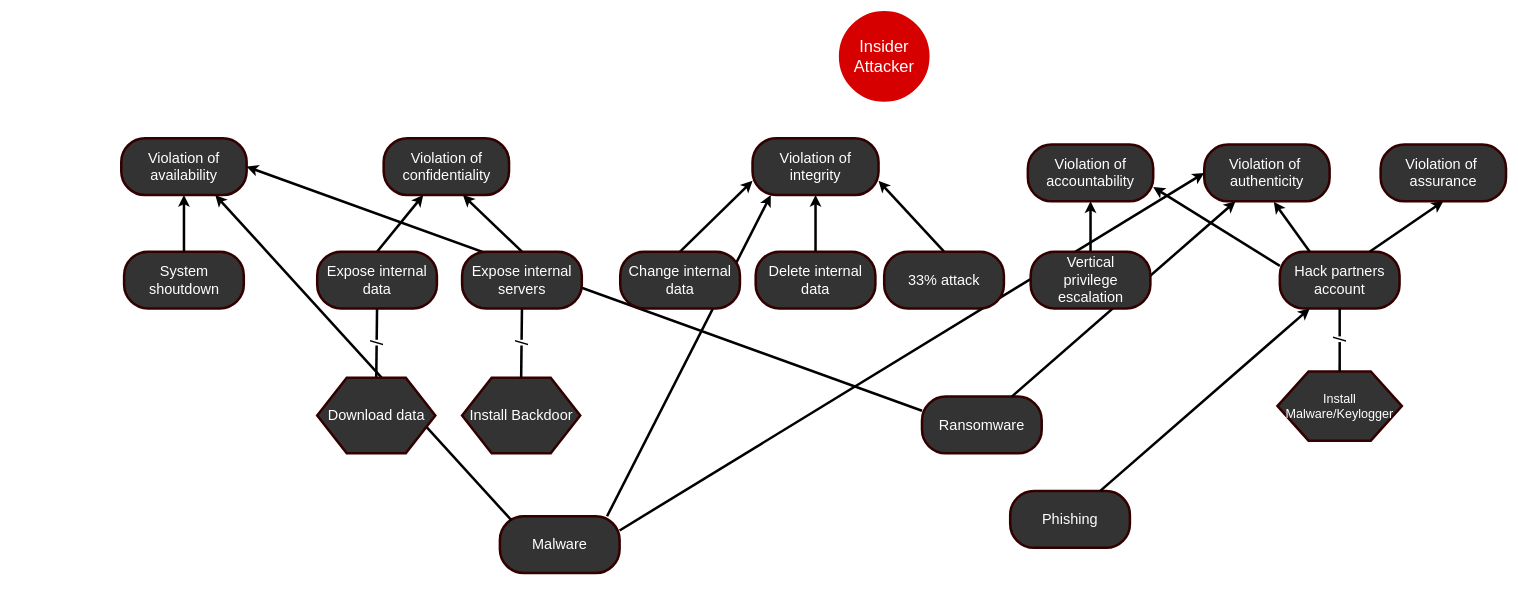
This is Insider attack trees.drawio from marzdeveloper/SoftwareCybersecurity, a draw.io file, before an edit. Source tidied: cells renumbered, new cells numbered last; positions are measured from the earlier drawing's top-left corner, leaving out a move shared by most shapes. Both pictures are drawn from the tidied source at 63%, with x=0, y=0 at pixel (121, 12).
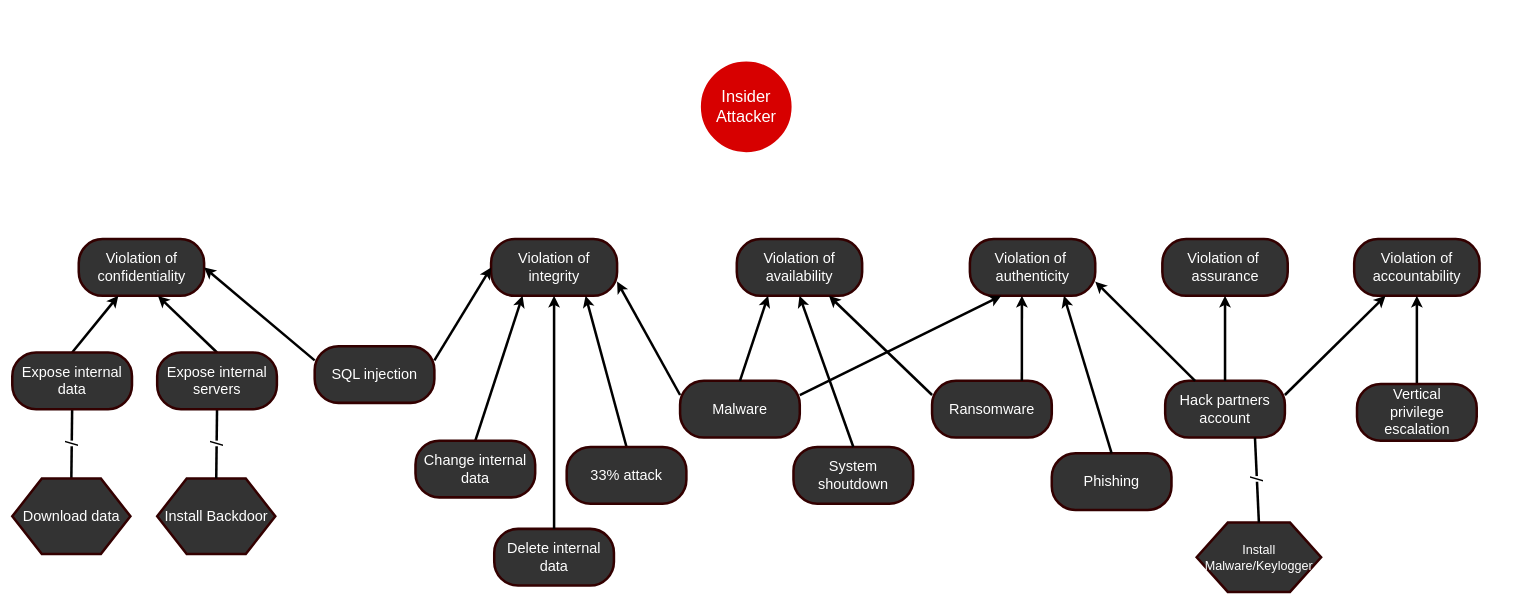
After the change.

Diff of the diagram source:
```diff
@@
     <mxCell id="2" value="&lt;font color=&quot;#ffffff&quot; style=&quot;font-size: 26px&quot;&gt;Insider&lt;br&gt;Attacker&lt;br&gt;&lt;/font&gt;" style="ellipse;whiteSpace=wrap;html=1;strokeColor=#D70000;strokeWidth=4;fillColor=#D70000;gradientColor=none;" parent="1" vertex="1">
-      <mxGeometry x="1141" width="140" height="140" as="geometry" />
+      <mxGeometry x="922" y="80" width="140" height="140" as="geometry" />
     </mxCell>
     <mxCell id="3" value="&lt;font color=&quot;#ffffff&quot; style=&quot;font-size: 23px&quot;&gt;Violation of confidentiality&lt;/font&gt;&lt;span style=&quot;font-family: monospace ; font-size: 0px&quot;&gt;3CmxGraphModel%3E%3Croot%3E%3CmxCell%20id%3D%220%22%2F%3E%3CmxCell%20id%3D%221%22%20parent%3D%220%22%2F%3E%3CmxCell%20id%3D%222%22%20value%3D%22%26lt%3Bfont%20color%3D%26quot%3B%23ffffff%26quot%3B%20style%3D%26quot%3Bfont-size%3A%2023px%26quot%3B%26gt%3BViolation%20of%20availability%26lt%3B%2Ffont%26gt%3B%22%20style%3D%22rounded%3D1%3BwhiteSpace%3Dwrap%3Bhtml%3D1%3BstrokeColor%3D%23330000%3BstrokeWidth%3D4%3BfillColor%3D%23333333%3BgradientColor%3Dnone%3BarcSize%3D42%3B%22%20vertex%3D%221%22%20parent%3D%221%22%3E%3CmxGeometry%20x%3D%22530%22%20y%3D%22260%22%20width%3D%22199%22%20height%3D%2290%22%20as%3D%22geometry%22%2F%3E%3C%2FmxCell%3E%3C%2Froot%3E%3C%2FmxGraphModel%3E&lt;/span&gt;" style="rounded=1;whiteSpace=wrap;html=1;strokeColor=#330000;strokeWidth=4;fillColor=#333333;gradientColor=none;arcSize=42;" parent="1" vertex="1">
-      <mxGeometry x="416.5" y="200" width="199" height="90" as="geometry" />
+      <mxGeometry x="-67.5" y="360" width="199" height="90" as="geometry" />
     </mxCell>
     <mxCell id="4" value="&lt;font color=&quot;#ffffff&quot; style=&quot;font-size: 23px&quot;&gt;Violation of integrity&lt;/font&gt;" style="rounded=1;whiteSpace=wrap;html=1;strokeColor=#330000;strokeWidth=4;fillColor=#333333;gradientColor=none;arcSize=42;" parent="1" vertex="1">
-      <mxGeometry x="1002" y="200" width="200" height="90" as="geometry" />
+      <mxGeometry x="587" y="360" width="200" height="90" as="geometry" />
     </mxCell>
     <mxCell id="5" value="&lt;font color=&quot;#ffffff&quot; style=&quot;font-size: 23px&quot;&gt;Violation of accountability&lt;/font&gt;" style="rounded=1;whiteSpace=wrap;html=1;strokeColor=#330000;strokeWidth=4;fillColor=#333333;gradientColor=none;arcSize=42;" parent="1" vertex="1">
-      <mxGeometry x="1439" y="210" width="199" height="90" as="geometry" />
+      <mxGeometry x="1957" y="360" width="199" height="90" as="geometry" />
     </mxCell>
     <mxCell id="6" value="&lt;font color=&quot;#ffffff&quot;&gt;&lt;span style=&quot;font-size: 23px&quot;&gt;Hack partners account&lt;/span&gt;&lt;/font&gt;" style="rounded=1;whiteSpace=wrap;html=1;strokeColor=#330000;strokeWidth=4;fillColor=#333333;gradientColor=none;arcSize=42;" parent="1" vertex="1">
-      <mxGeometry x="1839" y="380" width="190" height="90" as="geometry" />
+      <mxGeometry x="1657" y="585" width="190" height="90" as="geometry" />
     </mxCell>
-    <mxCell id="7" style="endArrow=classic;html=1;strokeColor=#000000;strokeWidth=4;fontColor=#FFD966;exitX=0;exitY=0.25;exitDx=0;exitDy=0;entryX=1;entryY=0.75;entryDx=0;entryDy=0;" parent="1" edge="1" source="6" target="5">
+    <mxCell id="7" style="endArrow=classic;html=1;strokeColor=#000000;strokeWidth=4;fontColor=#FFD966;exitX=1;exitY=0.25;exitDx=0;exitDy=0;entryX=0.25;entryY=1;entryDx=0;entryDy=0;" parent="1" edge="1" source="6" target="5">
       <mxGeometry relative="1" as="geometry" />
     </mxCell>
-    <mxCell id="8" style="endArrow=classic;html=1;strokeColor=#000000;strokeWidth=4;fontColor=#FFD966;entryX=0;entryY=0.75;entryDx=0;entryDy=0;exitX=0.5;exitY=0;exitDx=0;exitDy=0;" parent="1" edge="1" source="39" target="4">
+    <mxCell id="8" style="endArrow=classic;html=1;strokeColor=#000000;strokeWidth=4;fontColor=#FFD966;entryX=0.25;entryY=1;entryDx=0;entryDy=0;exitX=0.5;exitY=0;exitDx=0;exitDy=0;" parent="1" edge="1" source="39" target="4">
       <mxGeometry relative="1" as="geometry" />
     </mxCell>
-    <mxCell id="9" style="endArrow=classic;html=1;strokeColor=#000000;strokeWidth=4;fontColor=#FFD966;entryX=0.5;entryY=1;entryDx=0;entryDy=0;exitX=0.5;exitY=0;exitDx=0;exitDy=0;" parent="1" edge="1" source="35" target="5">
+    <mxCell id="9" style="endArrow=classic;html=1;strokeColor=#000000;strokeWidth=4;fontColor=#FFD966;exitX=0.5;exitY=0;exitDx=0;exitDy=0;entryX=0.5;entryY=1;entryDx=0;entryDy=0;" parent="1" edge="1" source="35" target="5">
       <mxGeometry relative="1" as="geometry" />
     </mxCell>
@@
     <mxCell id="12" value="&lt;font color=&quot;#ffffff&quot;&gt;&lt;span style=&quot;font-size: 23px&quot;&gt;Delete internal data&lt;/span&gt;&lt;/font&gt;" style="rounded=1;whiteSpace=wrap;html=1;strokeColor=#330000;strokeWidth=4;fillColor=#333333;gradientColor=none;arcSize=42;" parent="1" vertex="1">
-      <mxGeometry x="1007" y="380" width="190" height="90" as="geometry" />
+      <mxGeometry x="592" y="820" width="190" height="90" as="geometry" />
     </mxCell>
@@
     <mxCell id="14" value="&lt;font style=&quot;font-size: 23px&quot;&gt;Install Backdoor&lt;/font&gt;" style="shape=hexagon;perimeter=hexagonPerimeter2;whiteSpace=wrap;html=1;fillColor=#333333;fontColor=#FFFFFF;rounded=0;strokeWidth=4;strokeColor=#330000;" parent="1" vertex="1">
-      <mxGeometry x="541" y="580" width="187.5" height="120" as="geometry" />
+      <mxGeometry x="57" y="740" width="187.5" height="120" as="geometry" />
     </mxCell>
@@
     <mxCell id="17" value="&lt;font style=&quot;font-size: 20px&quot;&gt;Install Malware/Keylogger&lt;/font&gt;" style="shape=hexagon;perimeter=hexagonPerimeter2;whiteSpace=wrap;html=1;fillColor=#333333;fontColor=#FFFFFF;rounded=0;strokeWidth=4;strokeColor=#330000;horizontal=1;verticalAlign=middle;labelPosition=center;verticalLabelPosition=middle;align=center;" parent="1" vertex="1">
-      <mxGeometry x="1835.2" y="570" width="197.5" height="110" as="geometry" />
+      <mxGeometry x="1707" y="810" width="197.5" height="110" as="geometry" />
     </mxCell>
-    <mxCell id="18" value="/" style="endArrow=none;html=1;fontColor=#000000;exitX=0.5;exitY=0;exitDx=0;exitDy=0;strokeWidth=4;horizontal=0;fontSize=30;entryX=0.5;entryY=1;entryDx=0;entryDy=0;" parent="1" edge="1" source="17" target="6">
+    <mxCell id="18" value="/" style="endArrow=none;html=1;fontColor=#000000;exitX=0.5;exitY=0;exitDx=0;exitDy=0;strokeWidth=4;horizontal=0;fontSize=30;entryX=0.75;entryY=1;entryDx=0;entryDy=0;" parent="1" edge="1" source="17" target="6">
       <mxGeometry relative="1" as="geometry" />
     </mxCell>
     <mxCell id="19" value="&lt;font color=&quot;#ffffff&quot; style=&quot;font-size: 23px&quot;&gt;Violation of availability&lt;/font&gt;&lt;span style=&quot;font-family: monospace ; font-size: 0px&quot;&gt;3CmxGraphModel%3E%3Croot%3E%3CmxCell%20id%3D%220%22%2F%3E%3CmxCell%20id%3D%221%22%20parent%3D%220%22%2F%3E%3CmxCell%20id%3D%222%22%20value%3D%22%26lt%3Bfont%20color%3D%26quot%3B%23ffffff%26quot%3B%20style%3D%26quot%3Bfont-size%3A%2023px%26quot%3B%26gt%3BViolation%20of%20availability%26lt%3B%2Ffont%26gt%3B%22%20style%3D%22rounded%3D1%3BwhiteSpace%3Dwrap%3Bhtml%3D1%3BstrokeColor%3D%23330000%3BstrokeWidth%3D4%3BfillColor%3D%23333333%3BgradientColor%3Dnone%3BarcSize%3D42%3B%22%20vertex%3D%221%22%20parent%3D%221%22%3E%3CmxGeometry%20x%3D%22530%22%20y%3D%22260%22%20width%3D%22199%22%20height%3D%2290%22%20as%3D%22geometry%22%2F%3E%3C%2FmxCell%3E%3C%2Froot%3E%3C%2FmxGraphModel%3E&lt;/span&gt;" style="rounded=1;whiteSpace=wrap;html=1;strokeColor=#330000;strokeWidth=4;fillColor=#333333;gradientColor=none;arcSize=42;" parent="1" vertex="1">
-      <mxGeometry y="200" width="199" height="90" as="geometry" />
+      <mxGeometry x="977" y="360" width="199" height="90" as="geometry" />
     </mxCell>
     <mxCell id="20" value="&lt;font color=&quot;#ffffff&quot; style=&quot;font-size: 23px&quot;&gt;Violation of&amp;nbsp; authenticity&lt;/font&gt;&lt;span style=&quot;font-family: monospace ; font-size: 0px&quot;&gt;%3E%3Croot%3E%3CmxCell%20id%3D%220%22%2F%3E%3CmxCell%20id%3D%221%22%20parent%3D%220%22%2F%3E%3CmxCell%20id%3D%222%22%20value%3D%22%26lt%3Bfont%20color%3D%26quot%3B%23ffffff%26quot%3B%20style%3D%26quot%3Bfont-size%3A%2023px%26quot%3B%26gt%3BViolation%20of%20availability%26lt%3B%2Ffont%26gt%3B%22%20style%3D%22rounded%3D1%3BwhiteSpace%3Dwrap%3Bhtml%3D1%3BstrokeColor%3D%23330000%3BstrokeWidth%3D4%3BfillColor%3D%23333333%3BgradientColor%3Dnone%3BarcSize%3D42%3B%22%20vertex%3D%221%22%20parent%3D%221%22%3E%3CmxGeometry%20x%3D%22530%22%20y%3D%22260%22%20width%3D%22199%22%20height%3D%2290%22%20as%3D%22geometry%22%2F%3E%3C%2FmxCell%3E%3C%2Froot%3E%3C%2FmxGraphModel%3E&lt;/span&gt;" style="rounded=1;whiteSpace=wrap;html=1;strokeColor=#330000;strokeWidth=4;fillColor=#333333;gradientColor=none;arcSize=42;" parent="1" vertex="1">
-      <mxGeometry x="1719" y="210" width="199" height="90" as="geometry" />
+      <mxGeometry x="1347" y="360" width="199" height="90" as="geometry" />
     </mxCell>
     <mxCell id="21" value="&lt;font color=&quot;#ffffff&quot; style=&quot;font-size: 23px&quot;&gt;Violation of&amp;nbsp; assurance&lt;/font&gt;" style="rounded=1;whiteSpace=wrap;html=1;strokeColor=#330000;strokeWidth=4;fillColor=#333333;gradientColor=none;arcSize=42;" parent="1" vertex="1">
-      <mxGeometry x="1999" y="210" width="199" height="90" as="geometry" />
+      <mxGeometry x="1652.5" y="360" width="199" height="90" as="geometry" />
     </mxCell>
-    <mxCell id="22" style="endArrow=classic;html=1;strokeColor=#000000;strokeWidth=4;fontColor=#FFD966;exitX=0.75;exitY=0;exitDx=0;exitDy=0;entryX=0.5;entryY=1;entryDx=0;entryDy=0;" parent="1" edge="1" source="6" target="21">
+    <mxCell id="22" style="endArrow=classic;html=1;strokeColor=#000000;strokeWidth=4;fontColor=#FFD966;exitX=0.5;exitY=0;exitDx=0;exitDy=0;entryX=0.5;entryY=1;entryDx=0;entryDy=0;" parent="1" edge="1" source="6" target="21">
       <mxGeometry relative="1" as="geometry" />
     </mxCell>
-    <mxCell id="23" style="endArrow=classic;html=1;strokeColor=#000000;strokeWidth=4;fontColor=#FFD966;exitX=0.25;exitY=0;exitDx=0;exitDy=0;entryX=0.555;entryY=1.011;entryDx=0;entryDy=0;entryPerimeter=0;" parent="1" edge="1" source="6" target="20">
+    <mxCell id="23" style="endArrow=classic;html=1;strokeColor=#000000;strokeWidth=4;fontColor=#FFD966;exitX=0.25;exitY=0;exitDx=0;exitDy=0;entryX=1;entryY=0.75;entryDx=0;entryDy=0;" parent="1" edge="1" source="6" target="20">
       <mxGeometry relative="1" as="geometry" />
     </mxCell>
     <mxCell id="24" value="&lt;font color=&quot;#ffffff&quot;&gt;&lt;span style=&quot;font-size: 23px&quot;&gt;System shoutdown&lt;/span&gt;&lt;/font&gt;" style="rounded=1;whiteSpace=wrap;html=1;strokeColor=#330000;strokeWidth=4;fillColor=#333333;gradientColor=none;arcSize=42;" parent="1" vertex="1">
-      <mxGeometry x="4.5" y="380" width="190" height="90" as="geometry" />
+      <mxGeometry x="1067" y="690" width="190" height="90" as="geometry" />
     </mxCell>
@@
-    <mxCell id="26" style="endArrow=classic;html=1;strokeColor=#000000;strokeWidth=4;fontColor=#FFD966;exitX=0.5;exitY=0;exitDx=0;exitDy=0;entryX=1;entryY=0.75;entryDx=0;entryDy=0;" parent="1" edge="1" source="41" target="4">
+    <mxCell id="26" style="endArrow=classic;html=1;strokeColor=#000000;strokeWidth=4;fontColor=#FFD966;exitX=0.5;exitY=0;exitDx=0;exitDy=0;entryX=0.75;entryY=1;entryDx=0;entryDy=0;" parent="1" edge="1" source="41" target="4">
       <mxGeometry relative="1" as="geometry" />
     </mxCell>
     <mxCell id="27" value="&lt;font color=&quot;#ffffff&quot;&gt;&lt;span style=&quot;font-size: 23px&quot;&gt;Malware&lt;br&gt;&lt;/span&gt;&lt;/font&gt;" style="rounded=1;whiteSpace=wrap;html=1;strokeColor=#330000;strokeWidth=4;fillColor=#333333;gradientColor=none;arcSize=42;" parent="1" vertex="1">
-      <mxGeometry x="601" y="800" width="190" height="90" as="geometry" />
+      <mxGeometry x="887" y="585" width="190" height="90" as="geometry" />
     </mxCell>
     <mxCell id="28" value="&lt;span style=&quot;color: rgb(255 , 255 , 255) ; font-size: 23px&quot;&gt;Ransomware&lt;/span&gt;&lt;font color=&quot;#ffffff&quot;&gt;&lt;span style=&quot;font-size: 23px&quot;&gt;&lt;br&gt;&lt;/span&gt;&lt;/font&gt;" style="rounded=1;whiteSpace=wrap;html=1;strokeColor=#330000;strokeWidth=4;fillColor=#333333;gradientColor=none;arcSize=42;" parent="1" vertex="1">
-      <mxGeometry x="1271" y="610" width="190" height="90" as="geometry" />
+      <mxGeometry x="1287" y="585" width="190" height="90" as="geometry" />
     </mxCell>
     <mxCell id="29" value="&lt;span style=&quot;color: rgb(255 , 255 , 255) ; font-size: 23px&quot;&gt;Phishing&lt;/span&gt;&lt;font color=&quot;#ffffff&quot;&gt;&lt;span style=&quot;font-size: 23px&quot;&gt;&lt;br&gt;&lt;/span&gt;&lt;/font&gt;" style="rounded=1;whiteSpace=wrap;html=1;strokeColor=#330000;strokeWidth=4;fillColor=#333333;gradientColor=none;arcSize=42;" parent="1" vertex="1">
-      <mxGeometry x="1411" y="760" width="190" height="90" as="geometry" />
+      <mxGeometry x="1477" y="700" width="190" height="90" as="geometry" />
     </mxCell>
-    <mxCell id="30" style="endArrow=classic;html=1;strokeColor=#000000;strokeWidth=4;fontColor=#FFD966;entryX=0.75;entryY=1;entryDx=0;entryDy=0;exitX=0.095;exitY=0.067;exitDx=0;exitDy=0;exitPerimeter=0;" parent="1" edge="1" source="27" target="19">
+    <mxCell id="30" style="endArrow=classic;html=1;strokeColor=#000000;strokeWidth=4;fontColor=#FFD966;entryX=0.25;entryY=1;entryDx=0;entryDy=0;exitX=0.5;exitY=0;exitDx=0;exitDy=0;" parent="1" edge="1" source="27" target="19">
       <mxGeometry relative="1" as="geometry" />
     </mxCell>
-    <mxCell id="31" style="endArrow=classic;html=1;strokeColor=#000000;strokeWidth=4;fontColor=#FFD966;exitX=0.895;exitY=0;exitDx=0;exitDy=0;exitPerimeter=0;" parent="1" edge="1" source="27">
-      <mxGeometry relative="1" as="geometry">
-        <mxPoint x="1031" y="290" as="targetPoint" />
-      </mxGeometry>
+    <mxCell id="31" style="endArrow=classic;html=1;strokeColor=#000000;strokeWidth=4;fontColor=#FFD966;exitX=0;exitY=0.25;exitDx=0;exitDy=0;entryX=1;entryY=0.75;entryDx=0;entryDy=0;" parent="1" edge="1" source="27" target="4">
+      <mxGeometry relative="1" as="geometry" />
     </mxCell>
-    <mxCell id="32" style="endArrow=classic;html=1;strokeColor=#000000;strokeWidth=4;fontColor=#FFD966;entryX=0;entryY=0.5;entryDx=0;entryDy=0;exitX=1;exitY=0.25;exitDx=0;exitDy=0;" parent="1" edge="1" source="27" target="20">
+    <mxCell id="32" style="endArrow=classic;html=1;strokeColor=#000000;strokeWidth=4;fontColor=#FFD966;entryX=0.25;entryY=1;entryDx=0;entryDy=0;exitX=1;exitY=0.25;exitDx=0;exitDy=0;" parent="1" edge="1" source="27" target="20">
       <mxGeometry relative="1" as="geometry" />
     </mxCell>
-    <mxCell id="33" style="endArrow=classic;html=1;strokeColor=#000000;strokeWidth=4;fontColor=#FFD966;entryX=1;entryY=0.5;entryDx=0;entryDy=0;exitX=0;exitY=0.25;exitDx=0;exitDy=0;" parent="1" edge="1" source="28" target="19">
+    <mxCell id="33" style="endArrow=classic;html=1;strokeColor=#000000;strokeWidth=4;fontColor=#FFD966;exitX=0;exitY=0.25;exitDx=0;exitDy=0;" parent="1" edge="1" source="28" target="19">
       <mxGeometry relative="1" as="geometry" />
     </mxCell>
-    <mxCell id="34" style="endArrow=classic;html=1;strokeColor=#000000;strokeWidth=4;fontColor=#FFD966;entryX=0.25;entryY=1;entryDx=0;entryDy=0;exitX=0.75;exitY=0;exitDx=0;exitDy=0;" parent="1" edge="1" source="28" target="20">
+    <mxCell id="34" style="endArrow=classic;html=1;strokeColor=#000000;strokeWidth=4;fontColor=#FFD966;exitX=0.75;exitY=0;exitDx=0;exitDy=0;entryX=0.415;entryY=1;entryDx=0;entryDy=0;entryPerimeter=0;" parent="1" edge="1" source="28" target="20">
       <mxGeometry relative="1" as="geometry" />
     </mxCell>
     <mxCell id="35" value="&lt;span style=&quot;font-size: 23px&quot;&gt;&lt;font color=&quot;#ffffff&quot;&gt;Vertical&lt;br&gt;privilege escalation&lt;/font&gt;&lt;/span&gt;" style="rounded=1;whiteSpace=wrap;html=1;strokeColor=#330000;strokeWidth=4;fillColor=#333333;gradientColor=none;arcSize=42;" parent="1" vertex="1">
-      <mxGeometry x="1443.5" y="380" width="190" height="90" as="geometry" />
+      <mxGeometry x="1961.5" y="590" width="190" height="90" as="geometry" />
     </mxCell>
     <mxCell id="36" value="&lt;font color=&quot;#ffffff&quot;&gt;&lt;span style=&quot;font-size: 23px&quot;&gt;Expose internal data&lt;/span&gt;&lt;/font&gt;" style="rounded=1;whiteSpace=wrap;html=1;strokeColor=#330000;strokeWidth=4;fillColor=#333333;gradientColor=none;arcSize=42;" parent="1" vertex="1">
-      <mxGeometry x="311" y="380" width="190" height="90" as="geometry" />
+      <mxGeometry x="-173" y="540" width="190" height="90" as="geometry" />
     </mxCell>
     <mxCell id="37" value="&lt;font style=&quot;font-size: 23px&quot;&gt;Download data&lt;/font&gt;" style="shape=hexagon;perimeter=hexagonPerimeter2;whiteSpace=wrap;html=1;fillColor=#333333;fontColor=#FFFFFF;rounded=0;strokeWidth=4;strokeColor=#330000;" parent="1" vertex="1">
-      <mxGeometry x="311" y="580" width="187.5" height="120" as="geometry" />
+      <mxGeometry x="-173" y="740" width="187.5" height="120" as="geometry" />
     </mxCell>
-    <mxCell id="38" style="endArrow=classic;html=1;strokeColor=#000000;strokeWidth=4;fontColor=#FFD966;entryX=0.25;entryY=1;entryDx=0;entryDy=0;exitX=0.75;exitY=0;exitDx=0;exitDy=0;" parent="1" edge="1" source="29" target="6">
+    <mxCell id="38" style="endArrow=classic;html=1;strokeColor=#000000;strokeWidth=4;fontColor=#FFD966;entryX=0.75;entryY=1;entryDx=0;entryDy=0;exitX=0.5;exitY=0;exitDx=0;exitDy=0;" parent="1" edge="1" source="29" target="20">
       <mxGeometry relative="1" as="geometry" />
     </mxCell>
     <mxCell id="39" value="&lt;font color=&quot;#ffffff&quot;&gt;&lt;span style=&quot;font-size: 23px&quot;&gt;Change internal data&lt;/span&gt;&lt;/font&gt;" style="rounded=1;whiteSpace=wrap;html=1;strokeColor=#330000;strokeWidth=4;fillColor=#333333;gradientColor=none;arcSize=42;" parent="1" vertex="1">
-      <mxGeometry x="792" y="380" width="190" height="90" as="geometry" />
+      <mxGeometry x="467" y="680" width="190" height="90" as="geometry" />
     </mxCell>
     <mxCell id="40" value="&lt;font color=&quot;#ffffff&quot;&gt;&lt;span style=&quot;font-size: 23px&quot;&gt;Expose internal servers&lt;/span&gt;&lt;/font&gt;" style="rounded=1;whiteSpace=wrap;html=1;strokeColor=#330000;strokeWidth=4;fillColor=#333333;gradientColor=none;arcSize=42;" parent="1" vertex="1">
-      <mxGeometry x="541" y="380" width="190" height="90" as="geometry" />
+      <mxGeometry x="57" y="540" width="190" height="90" as="geometry" />
     </mxCell>
     <mxCell id="41" value="&lt;font color=&quot;#ffffff&quot;&gt;&lt;span style=&quot;font-size: 23px&quot;&gt;33% attack&lt;/span&gt;&lt;/font&gt;" style="rounded=1;whiteSpace=wrap;html=1;strokeColor=#330000;strokeWidth=4;fillColor=#333333;gradientColor=none;arcSize=42;" parent="1" vertex="1">
-      <mxGeometry x="1211" y="380" width="190" height="90" as="geometry" />
+      <mxGeometry x="707" y="690" width="190" height="90" as="geometry" />
     </mxCell>
+    <mxCell id="42" value="&lt;font color=&quot;#ffffff&quot;&gt;&lt;span style=&quot;font-size: 23px&quot;&gt;SQL injection&lt;br&gt;&lt;/span&gt;&lt;/font&gt;" style="rounded=1;whiteSpace=wrap;html=1;strokeColor=#330000;strokeWidth=4;fillColor=#333333;gradientColor=none;arcSize=42;" parent="1" vertex="1">
+      <mxGeometry x="307" y="530" width="190" height="90" as="geometry" />
+    </mxCell>
+    <mxCell id="43" style="endArrow=classic;html=1;strokeColor=#000000;strokeWidth=4;fontColor=#FFD966;exitX=1;exitY=0.25;exitDx=0;exitDy=0;entryX=0;entryY=0.5;entryDx=0;entryDy=0;" parent="1" edge="1" source="42" target="4">
+      <mxGeometry relative="1" as="geometry" />
+    </mxCell>
+    <mxCell id="44" style="endArrow=classic;html=1;strokeColor=#000000;strokeWidth=4;fontColor=#FFD966;entryX=1;entryY=0.5;entryDx=0;entryDy=0;exitX=0;exitY=0.25;exitDx=0;exitDy=0;" parent="1" edge="1" source="42" target="3">
+      <mxGeometry relative="1" as="geometry" />
+    </mxCell>
```
